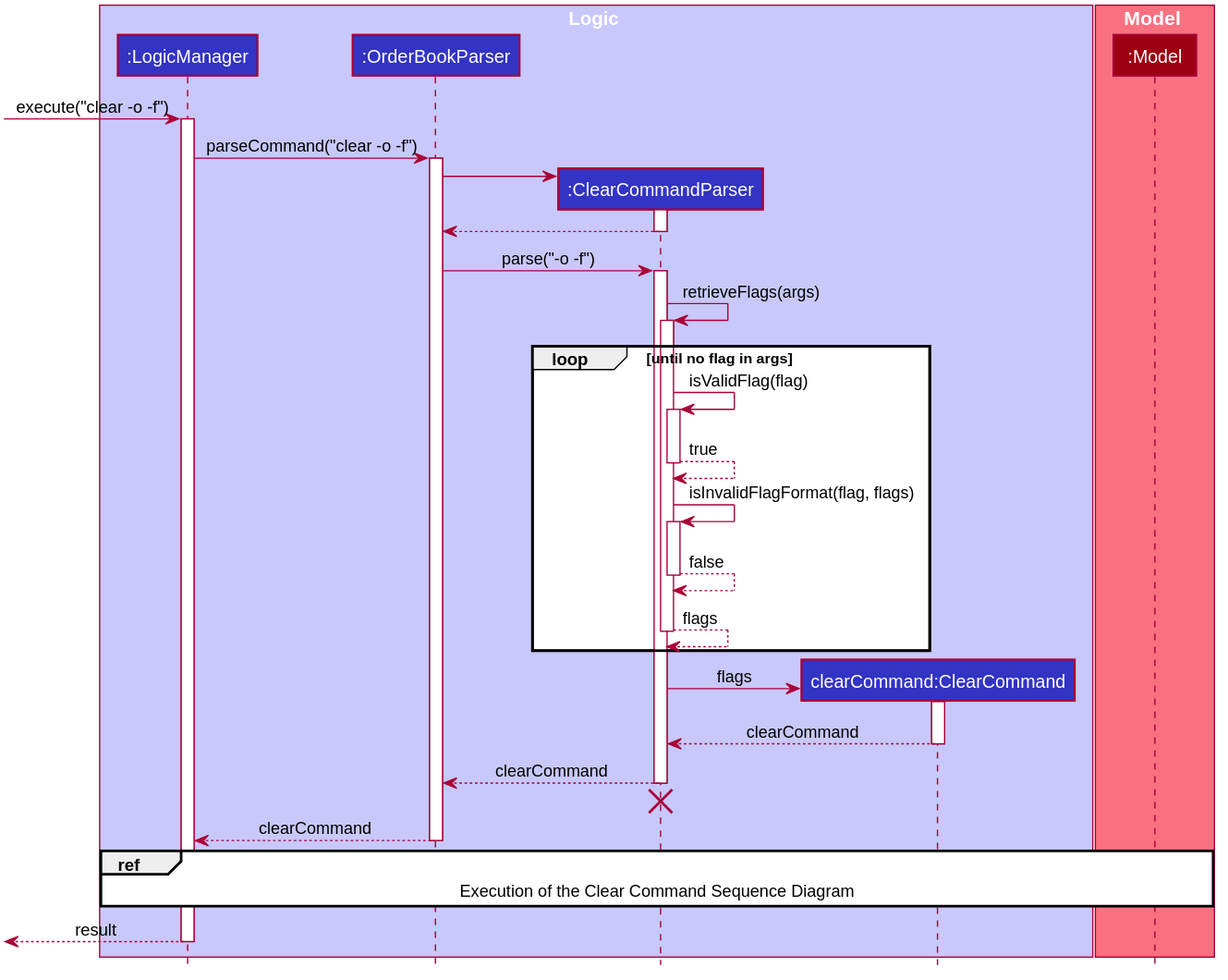
Earlier version of the PlantUML export docs/images/ClearCommandSequenceDiagram.svg (nus-cs2103-AY1920S2/addressbook-level3).
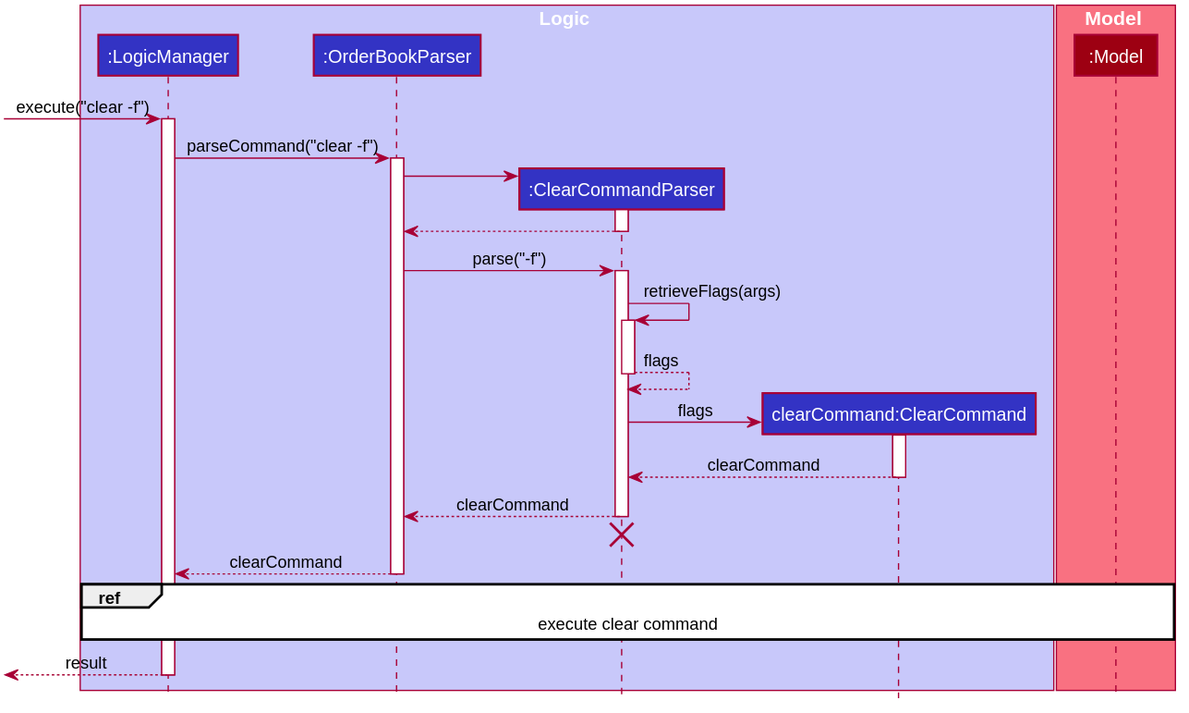
After the commit.

What changed in the source:
```diff
@@ -58,10 +58,10 @@
 participant ":Model" as Model #9D0012
 end box
 
-[-> LogicManager : execute("clear -o -f")
+[-> LogicManager : execute("clear -f")
 activate LogicManager
 
-LogicManager -> OrderBookParser : parseCommand("clear -o -f")
+LogicManager -> OrderBookParser : parseCommand("clear -f")
 activate OrderBookParser
 
 create ClearCommandParser
@@ -69,19 +69,10 @@
 
 ClearCommandParser --> OrderBookParser --
 
-OrderBookParser -> ClearCommandParser ++ : parse("-o -f")
+OrderBookParser -> ClearCommandParser ++ : parse("-f")
 
 ClearCommandParser -> ClearCommandParser ++ : retrieveFlags(args)
-loop until no flag in args
-
-    ClearCommandParser -> ClearCommandParser ++ : isValidFlag(flag)
-    ClearCommandParser --> ClearCommandParser -- : true
-
-    ClearCommandParser -> ClearCommandParser ++ : isInvalidFlagFormat(flag, flags)
-    ClearCommandParser --> ClearCommandParser -- : false
-
-    ClearCommandParser --> ClearCommandParser -- : flags
-end
+ClearCommandParser --> ClearCommandParser -- : flags
 
 create ClearCommand
 ClearCommandParser -> ClearCommand ++ : flags
@@ -94,7 +85,7 @@
 
 OrderBookParser --> LogicManager -- : clearCommand
 
-ref over LogicManager,  Model : Execution of the Clear Command Sequence Diagram
+ref over LogicManager,  Model : execute clear command
 
 
 [<--LogicManager : result
```
